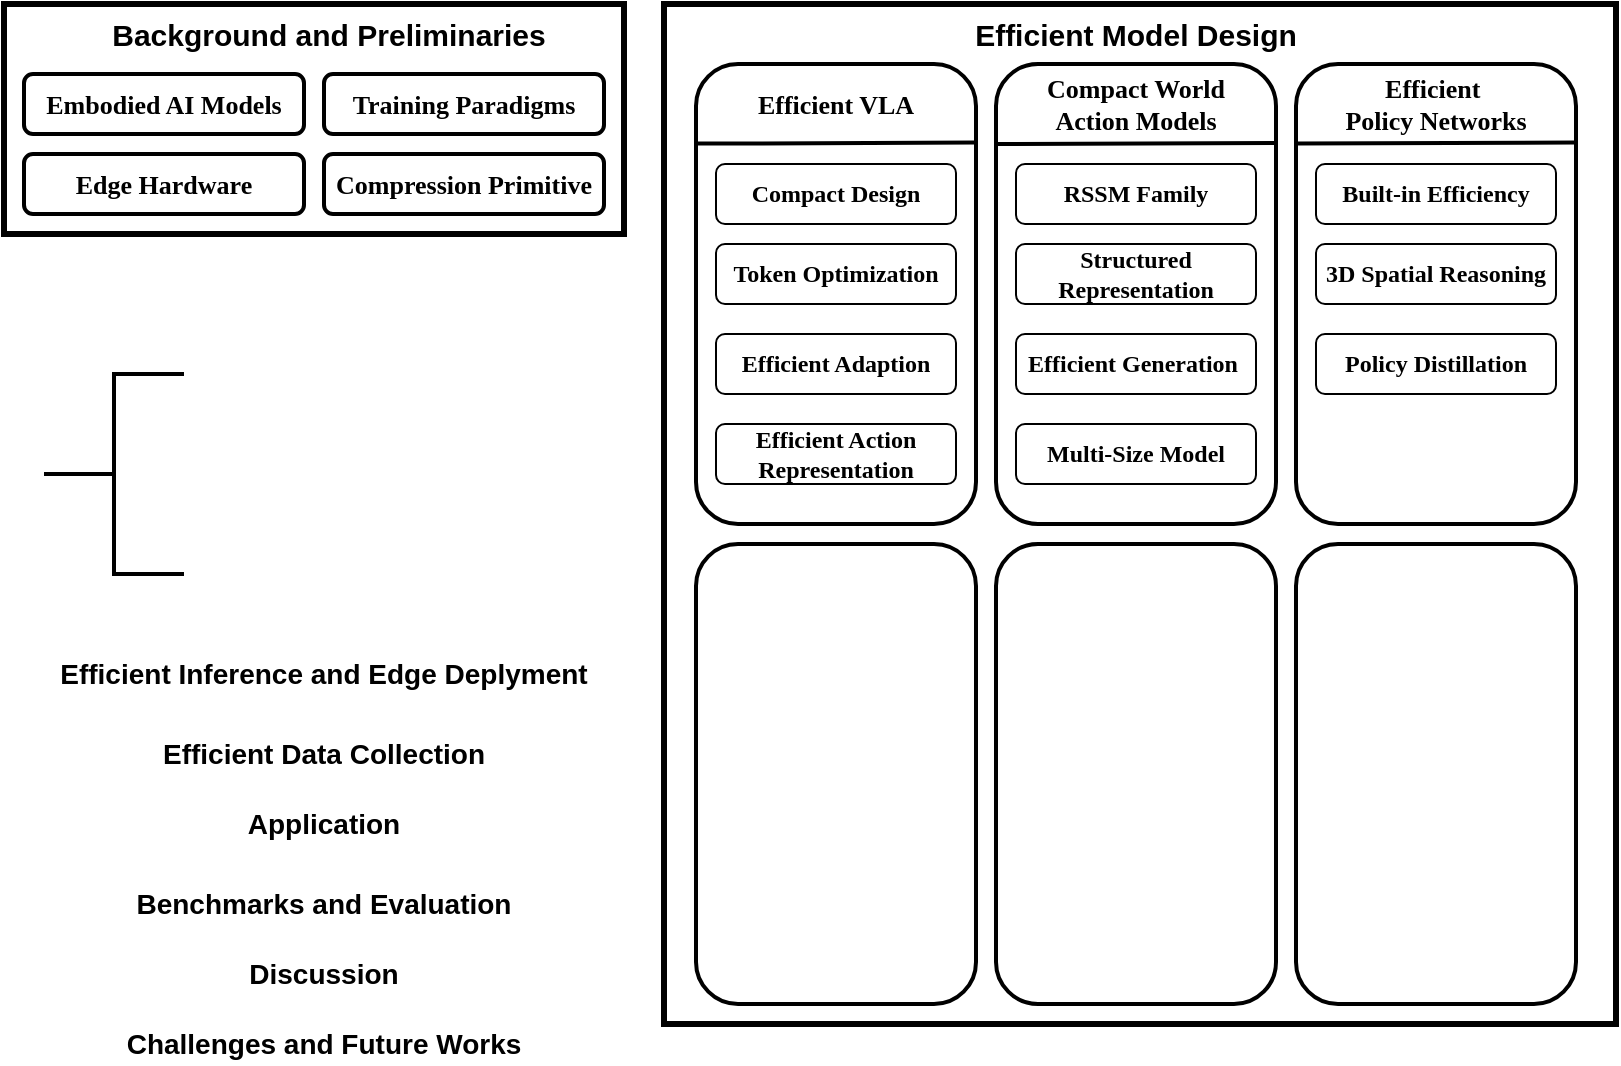
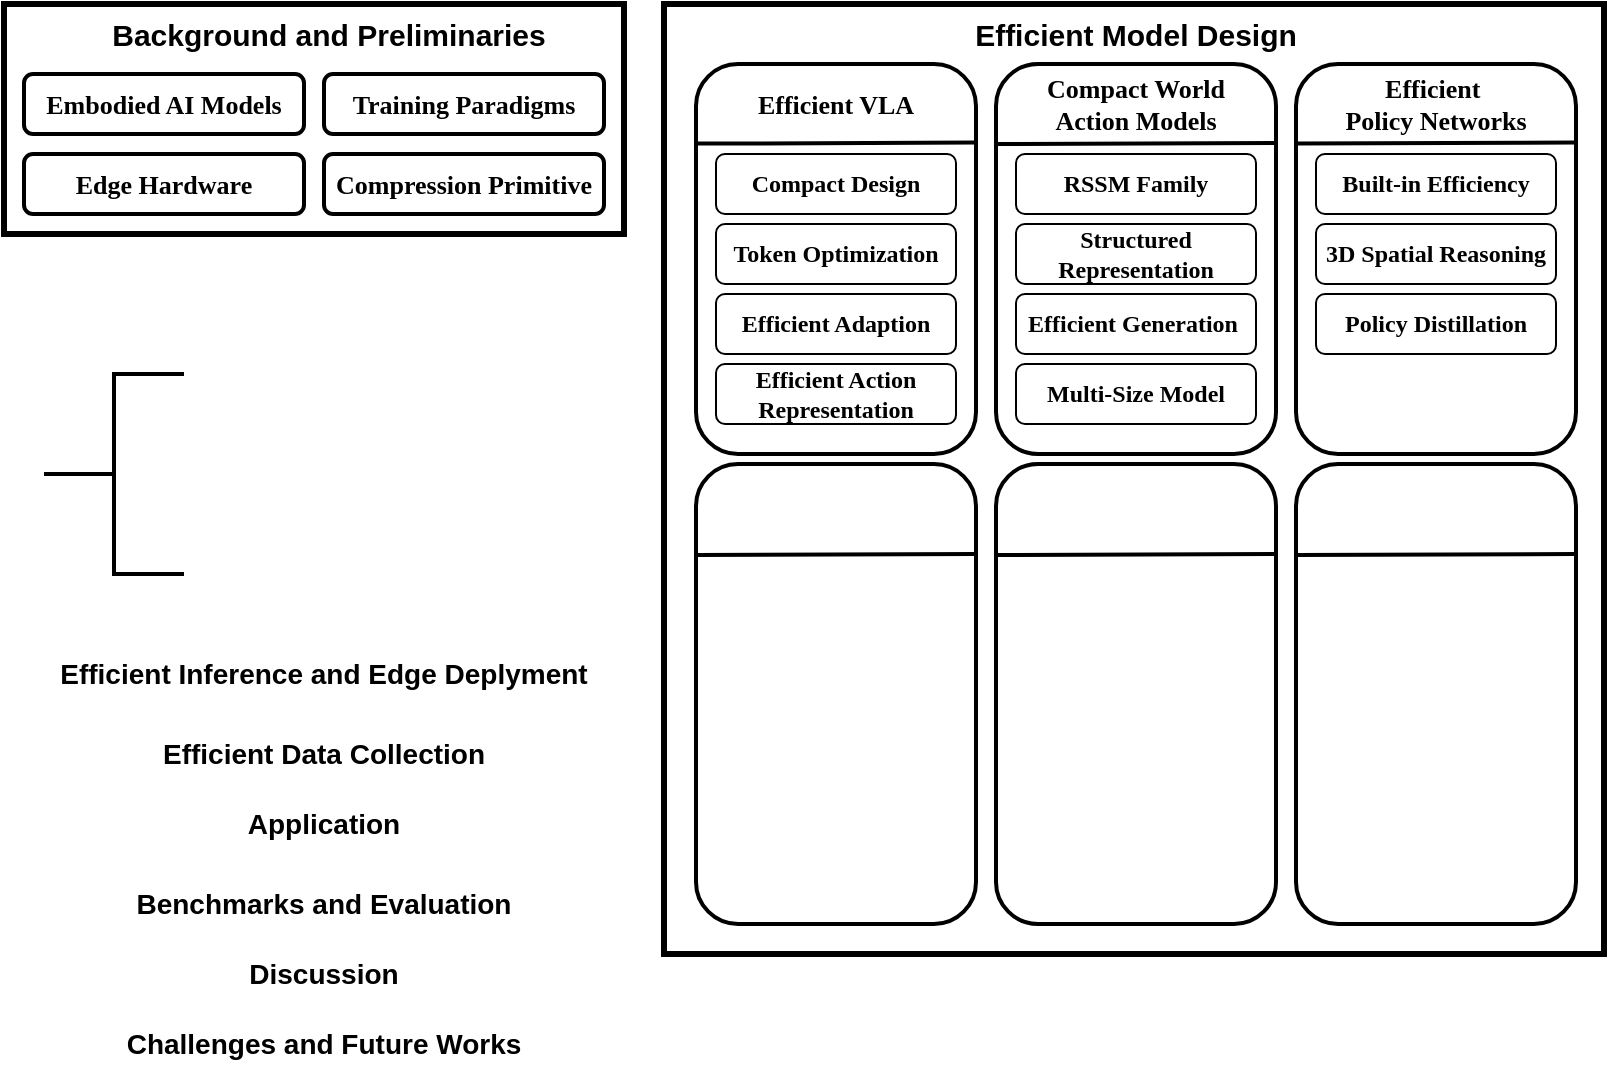
<mxfile host="app.diagrams.net">
  <diagram name="第 1 页" id="xv9Lnx2gyYwYQaEzt8dN">
-     <mxGraphModel dx="1285" dy="657" grid="1" gridSize="10" guides="1" tooltips="1" connect="1" arrows="1" fold="1" page="1" pageScale="1" pageWidth="827" pageHeight="1169" math="0" shadow="0">
+     <mxGraphModel dx="1063" dy="543" grid="1" gridSize="10" guides="1" tooltips="1" connect="1" arrows="1" fold="1" page="1" pageScale="1" pageWidth="827" pageHeight="1169" math="0" shadow="0">
      <root>
        <mxCell id="0" />
        <mxCell id="1" parent="0" />
        <mxCell id="P4z1W6zyqtdSm3awDH87-12" parent="1" style="rounded=0;whiteSpace=wrap;html=1;strokeWidth=3;" value="" vertex="1">
          <mxGeometry height="115" width="310" x="130" y="55" as="geometry" />
        </mxCell>
        <mxCell id="P4z1W6zyqtdSm3awDH87-11" parent="1" style="rounded=0;whiteSpace=wrap;html=1;strokeWidth=3;" value="" vertex="1">
-           <mxGeometry height="510" width="476" x="460" y="55" as="geometry" />
+           <mxGeometry height="475" width="470" x="460" y="55" as="geometry" />
        </mxCell>
        <mxCell id="mN9CjeCU7Y2PogCVv73L-6" parent="1" style="rounded=1;whiteSpace=wrap;html=1;strokeWidth=2;" value="&lt;font style=&quot;font-size: 13px;&quot; face=&quot;Comic Sans MS&quot;&gt;&lt;b style=&quot;&quot;&gt;Training Paradigms&lt;/b&gt;&lt;/font&gt;" vertex="1">
          <mxGeometry height="30" width="140" x="290" y="90" as="geometry" />
        </mxCell>
        <mxCell id="mN9CjeCU7Y2PogCVv73L-5" parent="1" style="rounded=1;whiteSpace=wrap;html=1;strokeWidth=2;" value="&lt;font style=&quot;font-size: 13px;&quot; face=&quot;Comic Sans MS&quot;&gt;&lt;b style=&quot;&quot;&gt;Edge Hardware&lt;/b&gt;&lt;/font&gt;" vertex="1">
          <mxGeometry height="30" width="140" x="140" y="130" as="geometry" />
        </mxCell>
        <mxCell id="mN9CjeCU7Y2PogCVv73L-8" parent="1" style="rounded=1;whiteSpace=wrap;html=1;strokeWidth=2;" value="&lt;font style=&quot;font-size: 13px;&quot; face=&quot;Comic Sans MS&quot;&gt;&lt;b style=&quot;&quot;&gt;Compression Primitive&lt;/b&gt;&lt;/font&gt;" vertex="1">
          <mxGeometry height="30" width="140" x="290" y="130" as="geometry" />
        </mxCell>
        <mxCell id="mN9CjeCU7Y2PogCVv73L-4" parent="1" style="rounded=1;whiteSpace=wrap;html=1;strokeWidth=2;" value="&lt;font style=&quot;font-size: 13px;&quot; face=&quot;Comic Sans MS&quot;&gt;&lt;b style=&quot;&quot;&gt;Embodied AI Models&lt;/b&gt;&lt;/font&gt;" vertex="1">
          <mxGeometry height="30" width="140" x="140" y="90" as="geometry" />
        </mxCell>
        <mxCell id="mN9CjeCU7Y2PogCVv73L-2" parent="1" style="text;html=1;whiteSpace=wrap;strokeColor=none;fillColor=none;align=center;verticalAlign=middle;rounded=0;" value="&lt;font face=&quot;Helvetica&quot; style=&quot;font-size: 15px;&quot;&gt;&lt;b style=&quot;&quot;&gt;Background and Preliminaries&lt;/b&gt;&lt;/font&gt;" vertex="1">
          <mxGeometry height="20" width="275" x="155" y="60" as="geometry" />
        </mxCell>
-         <mxCell id="mN9CjeCU7Y2PogCVv73L-10" parent="1" style="text;html=1;whiteSpace=wrap;strokeColor=none;fillColor=none;align=center;verticalAlign=middle;rounded=0;" value="&lt;font face=&quot;Helvetica&quot; style=&quot;font-size: 15px;&quot;&gt;&lt;b style=&quot;&quot;&gt;Efficient Model Design&lt;/b&gt;&lt;/font&gt;" vertex="1">
+         <mxCell id="mN9CjeCU7Y2PogCVv73L-10" parent="1" style="text;html=1;whiteSpace=wrap;strokeColor=none;fillColor=none;align=center;verticalAlign=middle;rounded=0;" value="&lt;font style=&quot;font-size: 15px;&quot; face=&quot;Helvetica&quot;&gt;&lt;b style=&quot;&quot;&gt;Efficient Model Design&lt;/b&gt;&lt;/font&gt;" vertex="1">
          <mxGeometry height="20" width="200" x="596" y="60" as="geometry" />
        </mxCell>
        <mxCell id="mN9CjeCU7Y2PogCVv73L-11" parent="1" style="text;html=1;whiteSpace=wrap;strokeColor=none;fillColor=none;align=center;verticalAlign=middle;rounded=0;" value="&lt;font face=&quot;Helvetica&quot; style=&quot;font-size: 14px;&quot;&gt;&lt;b style=&quot;&quot;&gt;Efficient Inference and Edge Deplyment&lt;/b&gt;&lt;/font&gt;" vertex="1">
          <mxGeometry height="20" width="300" x="140" y="380" as="geometry" />
        </mxCell>
        <mxCell id="mN9CjeCU7Y2PogCVv73L-12" parent="1" style="text;html=1;whiteSpace=wrap;strokeColor=none;fillColor=none;align=center;verticalAlign=middle;rounded=0;" value="&lt;font face=&quot;Helvetica&quot; style=&quot;font-size: 14px;&quot;&gt;&lt;b style=&quot;&quot;&gt;Efficient Data Collection&lt;/b&gt;&lt;/font&gt;" vertex="1">
          <mxGeometry height="20" width="260" x="160" y="420" as="geometry" />
        </mxCell>
        <mxCell id="mN9CjeCU7Y2PogCVv73L-14" parent="1" style="text;html=1;whiteSpace=wrap;strokeColor=none;fillColor=none;align=center;verticalAlign=middle;rounded=0;" value="&lt;font face=&quot;Helvetica&quot; style=&quot;font-size: 14px;&quot;&gt;&lt;b style=&quot;&quot;&gt;Application&lt;/b&gt;&lt;/font&gt;" vertex="1">
          <mxGeometry height="20" width="260" x="160" y="455" as="geometry" />
        </mxCell>
        <mxCell id="mN9CjeCU7Y2PogCVv73L-15" parent="1" style="text;html=1;whiteSpace=wrap;strokeColor=none;fillColor=none;align=center;verticalAlign=middle;rounded=0;" value="&lt;font face=&quot;Helvetica&quot; style=&quot;font-size: 14px;&quot;&gt;&lt;b style=&quot;&quot;&gt;Benchmarks and Evaluation&lt;/b&gt;&lt;/font&gt;" vertex="1">
          <mxGeometry height="20" width="260" x="160" y="495" as="geometry" />
        </mxCell>
        <mxCell id="mN9CjeCU7Y2PogCVv73L-16" parent="1" style="text;html=1;whiteSpace=wrap;strokeColor=none;fillColor=none;align=center;verticalAlign=middle;rounded=0;" value="&lt;font face=&quot;Helvetica&quot; style=&quot;font-size: 14px;&quot;&gt;&lt;b style=&quot;&quot;&gt;Challenges and Future Works&lt;/b&gt;&lt;/font&gt;" vertex="1">
          <mxGeometry height="20" width="260" x="160" y="565" as="geometry" />
        </mxCell>
        <mxCell id="mN9CjeCU7Y2PogCVv73L-17" parent="1" style="text;html=1;whiteSpace=wrap;strokeColor=none;fillColor=none;align=center;verticalAlign=middle;rounded=0;" value="&lt;font face=&quot;Helvetica&quot; style=&quot;font-size: 14px;&quot;&gt;&lt;b style=&quot;&quot;&gt;Discussion&lt;/b&gt;&lt;/font&gt;" vertex="1">
          <mxGeometry height="20" width="260" x="160" y="530" as="geometry" />
        </mxCell>
        <mxCell id="mN9CjeCU7Y2PogCVv73L-18" parent="1" style="strokeWidth=2;html=1;shape=mxgraph.flowchart.annotation_2;align=left;labelPosition=right;pointerEvents=1;" value="" vertex="1">
          <mxGeometry height="100" width="70" x="150" y="240" as="geometry" />
        </mxCell>
        <mxCell id="mN9CjeCU7Y2PogCVv73L-19" parent="1" style="rounded=1;whiteSpace=wrap;html=1;strokeWidth=2;" value="" vertex="1">
-           <mxGeometry height="230" width="140" x="476" y="85" as="geometry" />
+           <mxGeometry height="195" width="140" x="476" y="85" as="geometry" />
        </mxCell>
        <mxCell id="mN9CjeCU7Y2PogCVv73L-20" parent="1" style="text;html=1;whiteSpace=wrap;strokeColor=none;fillColor=none;align=center;verticalAlign=middle;rounded=0;" value="&lt;b style=&quot;font-size: 13px;&quot;&gt;&lt;font face=&quot;Comic Sans MS&quot;&gt;Efficient VLA&lt;/font&gt;&lt;/b&gt;" vertex="1">
          <mxGeometry height="20" width="120" x="486" y="95" as="geometry" />
        </mxCell>
        <mxCell id="mN9CjeCU7Y2PogCVv73L-21" edge="1" parent="1" style="endArrow=none;html=1;rounded=0;entryX=0.996;entryY=0.065;entryDx=0;entryDy=0;entryPerimeter=0;strokeWidth=2;" value="">
          <mxGeometry height="50" relative="1" width="50" as="geometry">
            <mxPoint x="476.56" y="124.81" as="sourcePoint" />
            <mxPoint x="616" y="124.31" as="targetPoint" />
          </mxGeometry>
        </mxCell>
        <mxCell id="mN9CjeCU7Y2PogCVv73L-22" parent="1" style="rounded=1;whiteSpace=wrap;html=1;" value="&lt;b&gt;&lt;font face=&quot;Comic Sans MS&quot;&gt;Compact Design&lt;/font&gt;&lt;/b&gt;" vertex="1">
-           <mxGeometry height="30" width="120" x="486" y="135" as="geometry" />
+           <mxGeometry height="30" width="120" x="486" y="130" as="geometry" />
        </mxCell>
        <mxCell id="mN9CjeCU7Y2PogCVv73L-23" parent="1" style="rounded=1;whiteSpace=wrap;html=1;" value="&lt;b&gt;&lt;font face=&quot;Comic Sans MS&quot;&gt;Efficient Adaption&lt;/font&gt;&lt;/b&gt;" vertex="1">
-           <mxGeometry height="30" width="120" x="486" y="220" as="geometry" />
+           <mxGeometry height="30" width="120" x="486" y="200" as="geometry" />
        </mxCell>
        <mxCell id="mN9CjeCU7Y2PogCVv73L-24" parent="1" style="rounded=1;whiteSpace=wrap;html=1;" value="&lt;font face=&quot;Comic Sans MS&quot;&gt;&lt;b&gt;Efficient Action Representation&lt;/b&gt;&lt;/font&gt;" vertex="1">
-           <mxGeometry height="30" width="120" x="486" y="265" as="geometry" />
+           <mxGeometry height="30" width="120" x="486" y="235" as="geometry" />
        </mxCell>
        <mxCell id="mN9CjeCU7Y2PogCVv73L-26" parent="1" style="rounded=1;whiteSpace=wrap;html=1;" value="&lt;b&gt;&lt;font face=&quot;Comic Sans MS&quot;&gt;Token Optimization&lt;/font&gt;&lt;/b&gt;" vertex="1">
-           <mxGeometry height="30" width="120" x="486" y="175" as="geometry" />
+           <mxGeometry height="30" width="120" x="486" y="165" as="geometry" />
        </mxCell>
        <mxCell id="mN9CjeCU7Y2PogCVv73L-27" parent="1" style="rounded=1;whiteSpace=wrap;html=1;strokeWidth=2;" value="" vertex="1">
-           <mxGeometry height="230" width="140" x="626" y="85" as="geometry" />
+           <mxGeometry height="195" width="140" x="626" y="85" as="geometry" />
        </mxCell>
        <mxCell id="mN9CjeCU7Y2PogCVv73L-28" parent="1" style="text;html=1;whiteSpace=wrap;strokeColor=none;fillColor=none;align=center;verticalAlign=middle;rounded=0;" value="&lt;b style=&quot;font-size: 13px;&quot;&gt;&lt;font face=&quot;Comic Sans MS&quot;&gt;Compact World Action Models&lt;/font&gt;&lt;/b&gt;" vertex="1">
          <mxGeometry height="20" width="120" x="636" y="95" as="geometry" />
        </mxCell>
        <mxCell id="mN9CjeCU7Y2PogCVv73L-29" edge="1" parent="1" style="endArrow=none;html=1;rounded=0;entryX=0.996;entryY=0.065;entryDx=0;entryDy=0;entryPerimeter=0;strokeWidth=2;" value="">
          <mxGeometry height="50" relative="1" width="50" as="geometry">
            <mxPoint x="626.56" y="125" as="sourcePoint" />
            <mxPoint x="766" y="124.5" as="targetPoint" />
          </mxGeometry>
        </mxCell>
        <mxCell id="mN9CjeCU7Y2PogCVv73L-30" parent="1" style="rounded=1;whiteSpace=wrap;html=1;" value="&lt;b&gt;&lt;font face=&quot;Comic Sans MS&quot;&gt;RSSM Family&lt;/font&gt;&lt;/b&gt;" vertex="1">
-           <mxGeometry height="30" width="120" x="636" y="135" as="geometry" />
+           <mxGeometry height="30" width="120" x="636" y="130" as="geometry" />
        </mxCell>
        <mxCell id="mN9CjeCU7Y2PogCVv73L-31" parent="1" style="rounded=1;whiteSpace=wrap;html=1;" value="&lt;b&gt;&lt;font face=&quot;Comic Sans MS&quot;&gt;Multi-Size Model&lt;/font&gt;&lt;/b&gt;" vertex="1">
-           <mxGeometry height="30" width="120" x="636" y="265" as="geometry" />
+           <mxGeometry height="30" width="120" x="636" y="235" as="geometry" />
        </mxCell>
        <mxCell id="mN9CjeCU7Y2PogCVv73L-32" parent="1" style="rounded=1;whiteSpace=wrap;html=1;" value="&lt;font face=&quot;Comic Sans MS&quot;&gt;&lt;b&gt;Efficient Generation&amp;nbsp;&lt;/b&gt;&lt;/font&gt;" vertex="1">
-           <mxGeometry height="30" width="120" x="636" y="220" as="geometry" />
+           <mxGeometry height="30" width="120" x="636" y="200" as="geometry" />
        </mxCell>
        <mxCell id="mN9CjeCU7Y2PogCVv73L-33" parent="1" style="rounded=1;whiteSpace=wrap;html=1;" value="&lt;b&gt;&lt;font face=&quot;Comic Sans MS&quot;&gt;Structured Representation&lt;/font&gt;&lt;/b&gt;" vertex="1">
-           <mxGeometry height="30" width="120" x="636" y="175" as="geometry" />
+           <mxGeometry height="30" width="120" x="636" y="165" as="geometry" />
        </mxCell>
        <mxCell id="P4z1W6zyqtdSm3awDH87-1" parent="1" style="rounded=1;whiteSpace=wrap;html=1;strokeWidth=2;" value="" vertex="1">
-           <mxGeometry height="230" width="140" x="776" y="85" as="geometry" />
+           <mxGeometry height="195" width="140" x="776" y="85" as="geometry" />
        </mxCell>
        <mxCell id="P4z1W6zyqtdSm3awDH87-2" edge="1" parent="1" style="endArrow=none;html=1;rounded=0;entryX=0.996;entryY=0.065;entryDx=0;entryDy=0;entryPerimeter=0;strokeWidth=2;" value="">
          <mxGeometry height="50" relative="1" width="50" as="geometry">
            <mxPoint x="776.56" y="124.81" as="sourcePoint" />
            <mxPoint x="916" y="124.31" as="targetPoint" />
          </mxGeometry>
        </mxCell>
        <mxCell id="P4z1W6zyqtdSm3awDH87-3" parent="1" style="text;html=1;whiteSpace=wrap;strokeColor=none;fillColor=none;align=center;verticalAlign=middle;rounded=0;" value="&lt;b style=&quot;font-size: 13px;&quot;&gt;&lt;font face=&quot;Comic Sans MS&quot;&gt;Efficient&amp;nbsp;&lt;/font&gt;&lt;/b&gt;&lt;div&gt;&lt;b style=&quot;font-size: 13px;&quot;&gt;&lt;font face=&quot;Comic Sans MS&quot;&gt;Policy Networks&lt;/font&gt;&lt;/b&gt;&lt;/div&gt;" vertex="1">
          <mxGeometry height="20" width="120" x="786" y="95" as="geometry" />
        </mxCell>
        <mxCell id="P4z1W6zyqtdSm3awDH87-4" parent="1" style="rounded=1;whiteSpace=wrap;html=1;" value="&lt;b&gt;&lt;font face=&quot;Comic Sans MS&quot;&gt;3D Spatial Reasoning&lt;/font&gt;&lt;/b&gt;" vertex="1">
-           <mxGeometry height="30" width="120" x="786" y="175" as="geometry" />
+           <mxGeometry height="30" width="120" x="786" y="165" as="geometry" />
        </mxCell>
        <mxCell id="P4z1W6zyqtdSm3awDH87-6" parent="1" style="rounded=1;whiteSpace=wrap;html=1;" value="&lt;font face=&quot;Comic Sans MS&quot;&gt;&lt;b&gt;Policy Distillation&lt;/b&gt;&lt;/font&gt;" vertex="1">
-           <mxGeometry height="30" width="120" x="786" y="220" as="geometry" />
+           <mxGeometry height="30" width="120" x="786" y="200" as="geometry" />
        </mxCell>
        <mxCell id="P4z1W6zyqtdSm3awDH87-7" parent="1" style="rounded=1;whiteSpace=wrap;html=1;" value="&lt;font face=&quot;Comic Sans MS&quot;&gt;&lt;b&gt;Built-in Efficiency&lt;/b&gt;&lt;/font&gt;" vertex="1">
-           <mxGeometry height="30" width="120" x="786" y="135" as="geometry" />
+           <mxGeometry height="30" width="120" x="786" y="130" as="geometry" />
        </mxCell>
        <mxCell id="P4z1W6zyqtdSm3awDH87-8" parent="1" style="rounded=1;whiteSpace=wrap;html=1;strokeWidth=2;" value="" vertex="1">
-           <mxGeometry height="230" width="140" x="476" y="325" as="geometry" />
+           <mxGeometry height="230" width="140" x="476" y="285" as="geometry" />
        </mxCell>
        <mxCell id="P4z1W6zyqtdSm3awDH87-9" parent="1" style="rounded=1;whiteSpace=wrap;html=1;strokeWidth=2;" value="" vertex="1">
-           <mxGeometry height="230" width="140" x="626" y="325" as="geometry" />
+           <mxGeometry height="230" width="140" x="626" y="285" as="geometry" />
        </mxCell>
        <mxCell id="P4z1W6zyqtdSm3awDH87-10" parent="1" style="rounded=1;whiteSpace=wrap;html=1;strokeWidth=2;" value="" vertex="1">
-           <mxGeometry height="230" width="140" x="776" y="325" as="geometry" />
+           <mxGeometry height="230" width="140" x="776" y="285" as="geometry" />
+         </mxCell>
+         <mxCell id="P4z1W6zyqtdSm3awDH87-15" edge="1" parent="1" style="endArrow=none;html=1;rounded=0;entryX=0.996;entryY=0.065;entryDx=0;entryDy=0;entryPerimeter=0;strokeWidth=2;" value="">
+           <mxGeometry height="50" relative="1" width="50" as="geometry">
+             <mxPoint x="476.56" y="330.5" as="sourcePoint" />
+             <mxPoint x="616" y="330" as="targetPoint" />
+           </mxGeometry>
+         </mxCell>
+         <mxCell id="P4z1W6zyqtdSm3awDH87-16" edge="1" parent="1" style="endArrow=none;html=1;rounded=0;entryX=0.996;entryY=0.065;entryDx=0;entryDy=0;entryPerimeter=0;strokeWidth=2;" value="">
+           <mxGeometry height="50" relative="1" width="50" as="geometry">
+             <mxPoint x="776" y="330.5" as="sourcePoint" />
+             <mxPoint x="915.44" y="330" as="targetPoint" />
+           </mxGeometry>
+         </mxCell>
+         <mxCell id="P4z1W6zyqtdSm3awDH87-17" edge="1" parent="1" style="endArrow=none;html=1;rounded=0;entryX=0.996;entryY=0.065;entryDx=0;entryDy=0;entryPerimeter=0;strokeWidth=2;" value="">
+           <mxGeometry height="50" relative="1" width="50" as="geometry">
+             <mxPoint x="626.28" y="330.5" as="sourcePoint" />
+             <mxPoint x="765.72" y="330" as="targetPoint" />
+           </mxGeometry>
        </mxCell>
      </root>
    </mxGraphModel>
  </diagram>
</mxfile>
